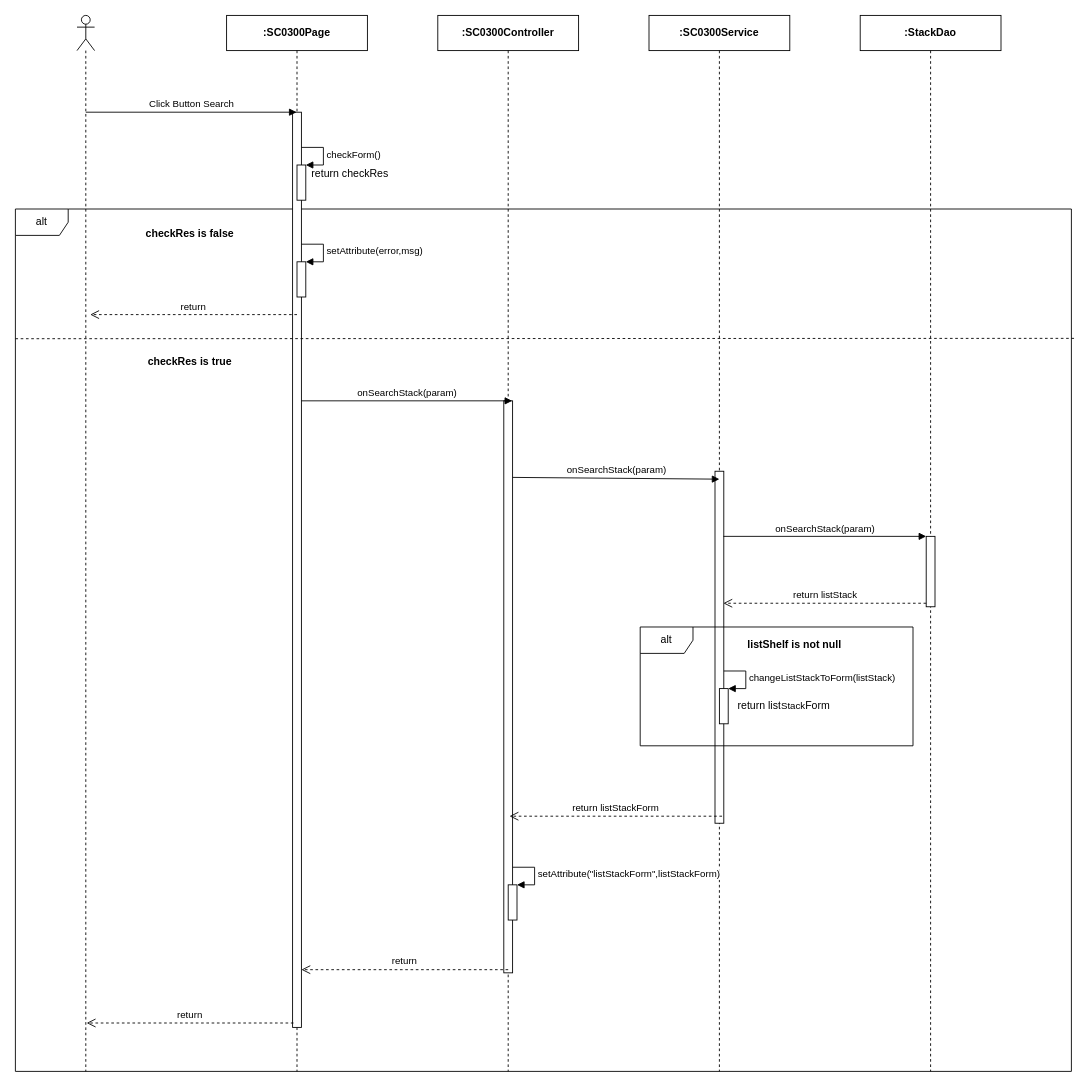
This is page "Ev02" (2 of 4) of Users/LuanNM/SEQ Diagram Review/sc03/SC0300_StackManage.drawio from luannmdev/CapstoneDocument, a draw.io file, before an edit. Source tidied: cells renumbered, new cells numbered last; positions are measured from the earlier drawing's top-left corner, leaving out a move shared by most shapes. Both pictures are drawn from the tidied source at 88%, with x=0, y=0 at pixel (15, 15).
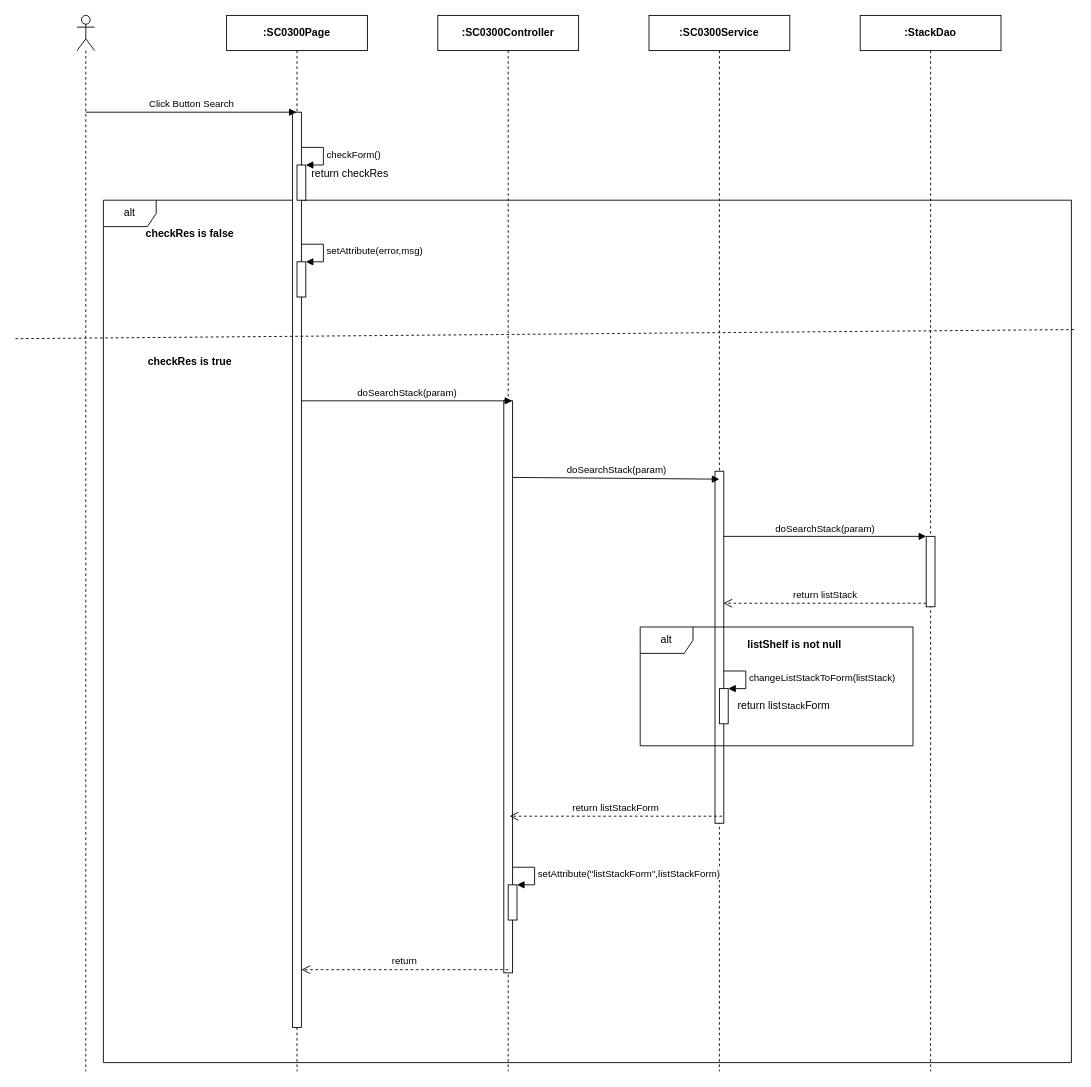
Above is the later version.

Unchanged cells that the change refers to:
```xml
<mxCell id="7" style="html=1;points=[];perimeter=orthogonalPerimeter;" parent="6" vertex="1">
  <mxGeometry x="75" y="592" width="10" height="80" as="geometry" />
</mxCell>
```

What changed in the source:
```diff
@@
     <mxCell id="2" value="alt" style="shape=umlFrame;whiteSpace=wrap;html=1;" parent="1" vertex="1">
-      <mxGeometry y="220" width="1200" height="980" as="geometry" />
+      <mxGeometry x="100" y="210" width="1100" height="980" as="geometry" />
     </mxCell>
@@
-    <mxCell id="15" value="onSearch&lt;span style=&quot;text-align: left&quot;&gt;Stack&lt;/span&gt;(param)" style="html=1;verticalAlign=bottom;endArrow=block;" parent="1" edge="1">
+    <mxCell id="15" value="doSearch&lt;span style=&quot;text-align: left&quot;&gt;Stack&lt;/span&gt;(param)" style="html=1;verticalAlign=bottom;endArrow=block;" parent="1" edge="1">
       <mxGeometry relative="1" as="geometry">
         <mxPoint x="325" y="438" as="sourcePoint" />
         <mxPoint x="564.5" y="438" as="targetPoint" />
       </mxGeometry>
     </mxCell>
-    <mxCell id="16" value="onSearch&lt;span style=&quot;text-align: left&quot;&gt;Stack&lt;/span&gt;(param)" style="html=1;verticalAlign=bottom;endArrow=block;" parent="1" edge="1">
+    <mxCell id="16" value="doSearch&lt;span style=&quot;text-align: left&quot;&gt;Stack&lt;/span&gt;(param)" style="html=1;verticalAlign=bottom;endArrow=block;" parent="1" edge="1">
       <mxGeometry relative="1" as="geometry">
         <mxPoint x="565" y="525" as="sourcePoint" />
         <mxPoint x="800" y="527" as="targetPoint" />
       </mxGeometry>
     </mxCell>
@@
-    <mxCell id="19" value="return" style="html=1;verticalAlign=bottom;endArrow=open;dashed=1;endSize=8;" parent="1" edge="1">
-      <mxGeometry relative="1" as="geometry">
-        <mxPoint x="316" y="1145" as="sourcePoint" />
-        <mxPoint x="81" y="1145" as="targetPoint" />
-      </mxGeometry>
-    </mxCell>
-    <mxCell id="20" value="onSearch&lt;span style=&quot;text-align: left&quot;&gt;Stack&lt;/span&gt;(param)" style="html=1;verticalAlign=bottom;endArrow=block;entryX=0;entryY=0;" parent="1" edge="1" target="7">
+    <mxCell id="20" value="doSearch&lt;span style=&quot;text-align: left&quot;&gt;Stack&lt;/span&gt;(param)" style="html=1;verticalAlign=bottom;endArrow=block;entryX=0;entryY=0;" parent="1" edge="1" target="7">
       <mxGeometry relative="1" as="geometry">
         <mxPoint x="804.5" y="592" as="sourcePoint" />
       </mxGeometry>
     </mxCell>
@@
-    <mxCell id="33" value="return" style="html=1;verticalAlign=bottom;endArrow=open;dashed=1;endSize=8;" parent="1" edge="1">
-      <mxGeometry relative="1" as="geometry">
-        <mxPoint x="320" y="340" as="sourcePoint" />
-        <mxPoint x="85" y="340" as="targetPoint" />
-      </mxGeometry>
-    </mxCell>
```
